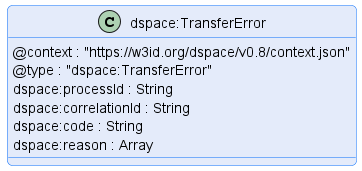
International-Data-Spaces-Association/ids-specification keeps this PlantUML diagram as transfer/message/diagram/transfer-error.png. Above is the earlier version.
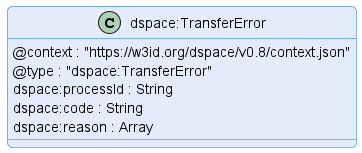
Above is the later version.

The edit, as a diff of the source:
```diff
@@ -10,7 +10,6 @@
     @context : "https://w3id.org/dspace/v0.8/context.json"
     @type : "dspace:TransferError"
     dspace:processId : String
-    dspace:correlationId : String
     dspace:code : String
     dspace:reason : Array
 }
```
